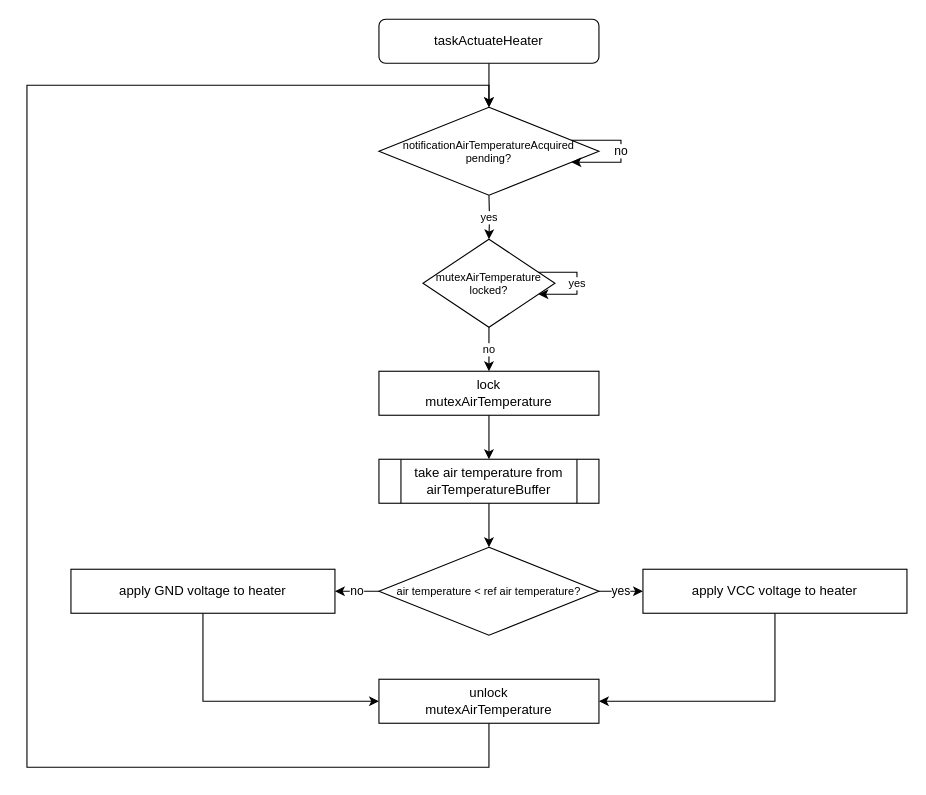
Above: Diagrams/taskActuateHeater.drawio in rafaelandrepedro/embebidos2122 (draw.io), before the change. Source tidied: cells renumbered, new cells numbered last; positions are measured from the earlier drawing's top-left corner, leaving out a move shared by most shapes. Both pictures are drawn from the tidied source at 110%, with x=0, y=0 at pixel (26, 19).
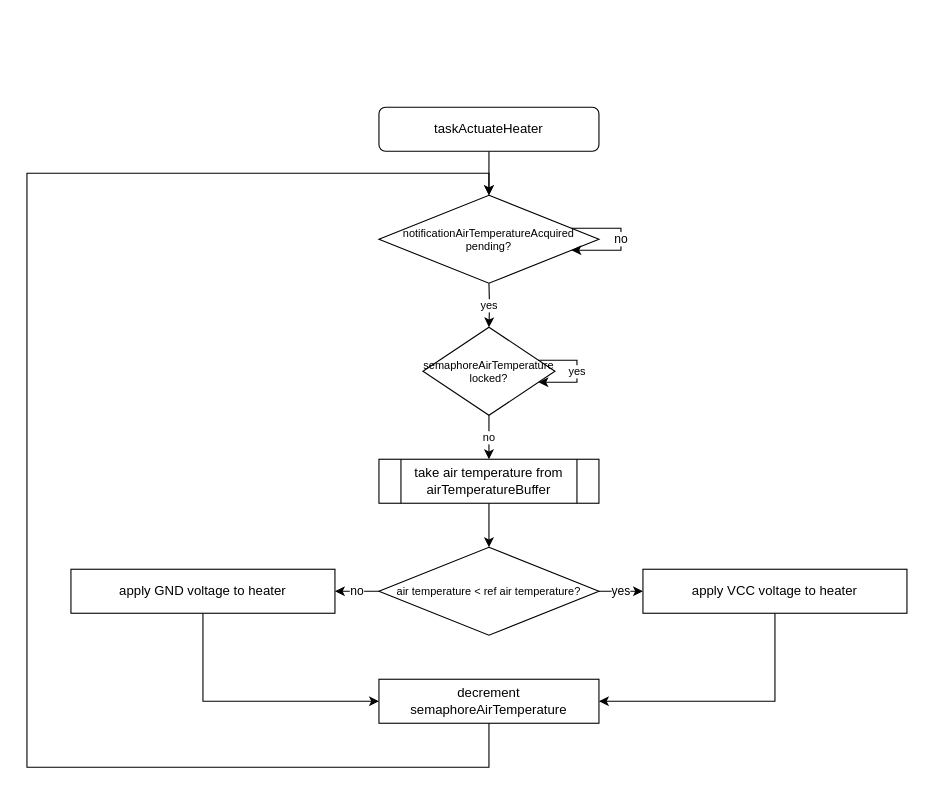
The same page after the edit.

What changed in the source:
```diff
@@
     <mxCell id="2" style="edgeStyle=orthogonalEdgeStyle;rounded=0;jettySize=auto;html=1;fontSize=10;" parent="1" edge="1" source="3">
       <mxGeometry relative="1" as="geometry">
-        <mxPoint x="420" y="80" as="targetPoint" />
+        <mxPoint x="420" y="160" as="targetPoint" />
       </mxGeometry>
     </mxCell>
     <mxCell id="3" value="taskActuateHeater" style="rounded=1;whiteSpace=wrap;html=1;" parent="1" vertex="1">
-      <mxGeometry x="320" width="200" height="40" as="geometry" />
+      <mxGeometry x="320" y="80" width="200" height="40" as="geometry" />
     </mxCell>
     <mxCell id="4" value="yes" style="edgeStyle=orthogonalEdgeStyle;rounded=0;jettySize=auto;html=1;fontSize=10;" parent="1" edge="1" target="8">
       <mxGeometry relative="1" as="geometry">
-        <mxPoint x="420" y="160" as="sourcePoint" />
+        <mxPoint x="420" y="240" as="sourcePoint" />
       </mxGeometry>
     </mxCell>
-    <mxCell id="5" style="edgeStyle=orthogonalEdgeStyle;rounded=0;jettySize=auto;html=1;" parent="1" edge="1" source="6">
-      <mxGeometry relative="1" as="geometry">
-        <mxPoint x="420" y="400" as="targetPoint" />
-      </mxGeometry>
-    </mxCell>
-    <mxCell id="6" value="lock&lt;br&gt;mutexAirTemperature" style="rounded=0;whiteSpace=wrap;html=1;" parent="1" vertex="1">
-      <mxGeometry x="320" y="320" width="200" height="40" as="geometry" />
-    </mxCell>
-    <mxCell id="7" value="no" style="edgeStyle=orthogonalEdgeStyle;rounded=0;jettySize=auto;html=1;fontSize=10;" parent="1" edge="1" source="8" target="6">
-      <mxGeometry relative="1" as="geometry" />
+    <mxCell id="7" value="no" style="edgeStyle=orthogonalEdgeStyle;rounded=0;jettySize=auto;html=1;fontSize=10;" parent="1" edge="1" source="8">
+      <mxGeometry relative="1" as="geometry">
+        <mxPoint x="420" y="400" as="targetPoint" />
+      </mxGeometry>
     </mxCell>
-    <mxCell id="8" value="&lt;span style=&quot;font-size: 10px&quot;&gt;mutexAirTemperature&lt;br style=&quot;font-size: 10px&quot;&gt;locked?&lt;br style=&quot;font-size: 10px&quot;&gt;&lt;/span&gt;" style="rhombus;whiteSpace=wrap;html=1;fontSize=10;" parent="1" vertex="1">
-      <mxGeometry x="360" y="200" width="120" height="80" as="geometry" />
+    <mxCell id="8" value="semaphoreAirTemperature&lt;br style=&quot;font-size: 10px&quot;&gt;locked?" style="rhombus;whiteSpace=wrap;html=1;fontSize=10;" parent="1" vertex="1">
+      <mxGeometry x="360" y="280" width="120" height="80" as="geometry" />
     </mxCell>
-    <mxCell id="9" value="unlock&lt;br&gt;mutexAirTemperature" style="rounded=0;whiteSpace=wrap;html=1;" parent="1" vertex="1">
+    <mxCell id="9" value="decrement&lt;br&gt;semaphoreAirTemperature" style="rounded=0;whiteSpace=wrap;html=1;" parent="1" vertex="1">
       <mxGeometry x="320" y="600" width="200" height="40" as="geometry" />
     </mxCell>
     <mxCell id="10" style="edgeStyle=orthogonalEdgeStyle;rounded=0;jettySize=auto;html=1;entryX=0.5;entryY=0;entryDx=0;entryDy=0;fontSize=10;exitX=0.5;exitY=1;exitDx=0;exitDy=0;" parent="1" edge="1" source="9">
       <mxGeometry relative="1" as="geometry">
-        <mxPoint x="420" y="80" as="targetPoint" />
+        <mxPoint x="420" y="160" as="targetPoint" />
         <Array as="points">
           <mxPoint x="420" y="680" />
           <mxPoint y="680" />
-          <mxPoint y="60" />
-          <mxPoint x="420" y="60" />
+          <mxPoint y="140" />
+          <mxPoint x="420" y="140" />
         </Array>
       </mxGeometry>
     </mxCell>
@@
     <mxCell id="12" value="notificationAirTemperatureAcquired&lt;br&gt;pending?" style="rhombus;whiteSpace=wrap;html=1;fontSize=10;" parent="1" vertex="1">
-      <mxGeometry x="320" y="80" width="200" height="80" as="geometry" />
+      <mxGeometry x="320" y="160" width="200" height="80" as="geometry" />
     </mxCell>
```
